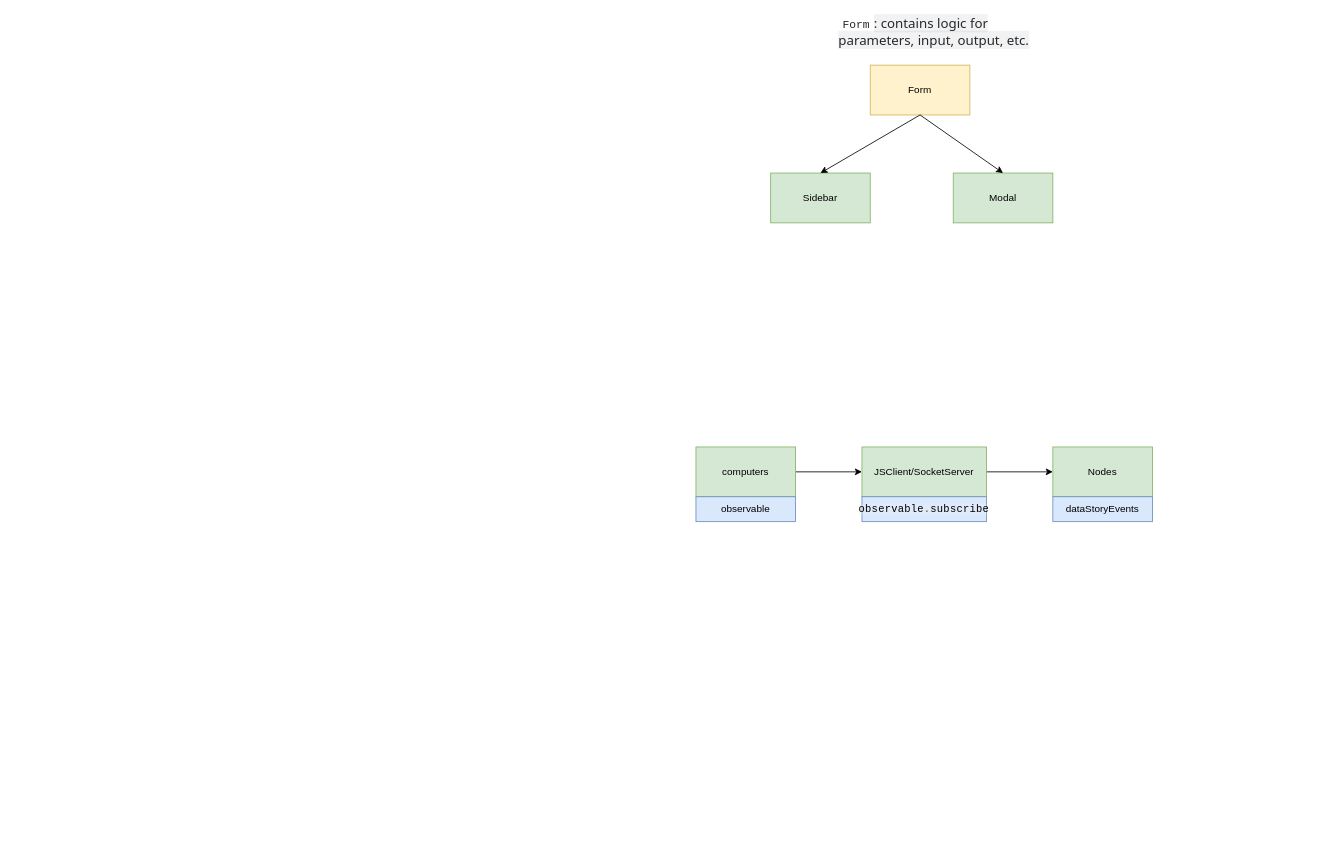
Before: page "Page-2" (2 of 2) of TableComponent.drawio in stone-lyl/assets, a draw.io diagram. Source tidied: cells renumbered, new cells numbered last; positions are measured from the earlier drawing's top-left corner, leaving out a move shared by most shapes. Both pictures are drawn from the tidied source at 83%, with x=0, y=0 at pixel (696, 15).
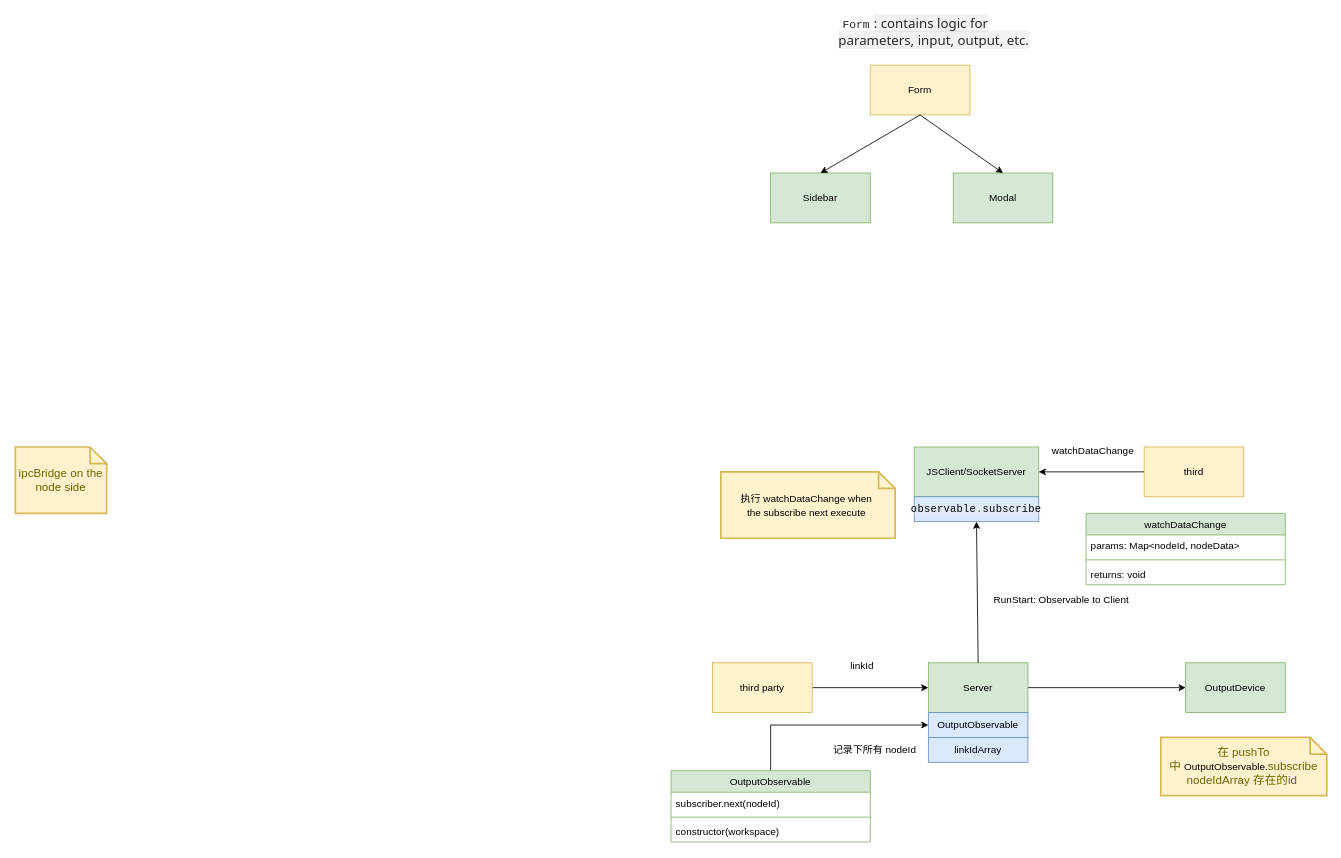
After the change.

Diff of the diagram source:
```diff
@@
-    <mxCell id="8" style="edgeStyle=orthogonalEdgeStyle;rounded=0;jettySize=auto;html=1;" parent="1" edge="1" source="9" target="11">
-      <mxGeometry relative="1" as="geometry" />
-    </mxCell>
-    <mxCell id="9" value="computers" style="rounded=0;whiteSpace=wrap;html=1;fillColor=#d5e8d4;strokeColor=#82b366;" parent="1" vertex="1">
-      <mxGeometry y="520" width="120" height="60" as="geometry" />
-    </mxCell>
-    <mxCell id="10" style="edgeStyle=orthogonalEdgeStyle;rounded=0;jettySize=auto;html=1;" parent="1" edge="1" source="11" target="14">
-      <mxGeometry relative="1" as="geometry" />
-    </mxCell>
     <mxCell id="11" value="JSClient/SocketServer" style="rounded=0;whiteSpace=wrap;html=1;fillColor=#d5e8d4;strokeColor=#82b366;" parent="1" vertex="1">
-      <mxGeometry x="200" y="520" width="150" height="60" as="geometry" />
+      <mxGeometry x="263" y="520" width="150" height="60" as="geometry" />
     </mxCell>
-    <mxCell id="12" value="&lt;span style=&quot;text-wrap: nowrap;&quot;&gt;observable&lt;/span&gt;" style="rounded=0;whiteSpace=wrap;html=1;fillColor=#dae8fc;strokeColor=#6c8ebf;" parent="1" vertex="1">
-      <mxGeometry y="580" width="120" height="30" as="geometry" />
-    </mxCell>
     <mxCell id="13" value="&lt;span style=&quot;line-height: 24px; font-family: &amp;quot;Droid Sans Mono&amp;quot;, monospace; font-size: 12.6px; letter-spacing: 0.3px; text-align: left; white-space-collapse: preserve; background-color: rgba(241, 241, 241, 0.2);&quot; class=&quot;pln&quot;&gt;observable&lt;/span&gt;&lt;span style=&quot;line-height: 24px; color: rgb(102, 102, 0); font-family: &amp;quot;Droid Sans Mono&amp;quot;, monospace; font-size: 12.6px; letter-spacing: 0.3px; text-align: left; white-space-collapse: preserve; background-color: rgba(241, 241, 241, 0.2);&quot; class=&quot;pun&quot;&gt;.&lt;/span&gt;&lt;span style=&quot;line-height: 24px; font-family: &amp;quot;Droid Sans Mono&amp;quot;, monospace; font-size: 12.6px; letter-spacing: 0.3px; text-align: left; white-space-collapse: preserve; background-color: rgba(241, 241, 241, 0.2);&quot; class=&quot;pln&quot;&gt;subscribe&lt;/span&gt;" style="rounded=0;whiteSpace=wrap;html=1;fillColor=#dae8fc;strokeColor=#6c8ebf;" parent="1" vertex="1">
-      <mxGeometry x="200" y="580" width="150" height="30" as="geometry" />
+      <mxGeometry x="263" y="580" width="150" height="30" as="geometry" />
     </mxCell>
-    <mxCell id="14" value="Nodes" style="rounded=0;whiteSpace=wrap;html=1;fillColor=#d5e8d4;strokeColor=#82b366;" parent="1" vertex="1">
-      <mxGeometry x="430" y="520" width="120" height="60" as="geometry" />
-    </mxCell>
-    <mxCell id="15" value="dataStoryEvents" style="rounded=0;whiteSpace=wrap;html=1;fillColor=#dae8fc;strokeColor=#6c8ebf;" parent="1" vertex="1">
-      <mxGeometry x="430" y="580" width="120" height="30" as="geometry" />
-    </mxCell>
+    <mxCell id="16" style="edgeStyle=orthogonalEdgeStyle;rounded=0;jettySize=auto;html=1;" parent="1" edge="1" source="17" target="19">
+      <mxGeometry relative="1" as="geometry" />
+    </mxCell>
+    <mxCell id="17" value="third party" style="rounded=0;whiteSpace=wrap;html=1;fillColor=#fff2cc;strokeColor=#d6b656;" parent="1" vertex="1">
+      <mxGeometry x="20" y="780" width="120" height="60" as="geometry" />
+    </mxCell>
+    <mxCell id="18" style="edgeStyle=orthogonalEdgeStyle;rounded=0;jettySize=auto;html=1;" parent="1" edge="1" source="19" target="40">
+      <mxGeometry relative="1" as="geometry" />
+    </mxCell>
+    <mxCell id="19" value="Server" style="rounded=0;whiteSpace=wrap;html=1;fillColor=#d5e8d4;strokeColor=#82b366;" parent="1" vertex="1">
+      <mxGeometry x="280" y="780" width="120" height="60" as="geometry" />
+    </mxCell>
+    <mxCell id="20" value="linkId" style="text;html=1;align=center;verticalAlign=middle;strokeColor=none;fillColor=none;" parent="1" vertex="1">
+      <mxGeometry x="175" y="769" width="50" height="30" as="geometry" />
+    </mxCell>
+    <mxCell id="21" value="OutputObservable" style="rounded=0;whiteSpace=wrap;html=1;fillColor=#dae8fc;strokeColor=#6c8ebf;" parent="1" vertex="1">
+      <mxGeometry x="280" y="840" width="120" height="30" as="geometry" />
+    </mxCell>
+    <mxCell id="22" style="edgeStyle=orthogonalEdgeStyle;rounded=0;jettySize=auto;html=1;entryX=0;entryY=0.5;entryDx=0;entryDy=0;exitX=0.5;exitY=0;exitDx=0;exitDy=0;" parent="1" edge="1" source="23" target="21">
+      <mxGeometry relative="1" as="geometry" />
+    </mxCell>
+    <mxCell id="23" value="&lt;span style=&quot;font-weight: 400;&quot;&gt;OutputObservable&lt;/span&gt;" style="swimlane;fontStyle=1;align=center;verticalAlign=top;horizontal=1;startSize=26;whiteSpace=wrap;html=1;fillColor=#d5e8d4;strokeColor=#82b366;" parent="1" vertex="1">
+      <mxGeometry x="-30" y="910" width="240" height="86" as="geometry" />
+    </mxCell>
+    <mxCell id="24" value="subscriber.next(nodeId)" style="text;strokeColor=none;fillColor=none;align=left;verticalAlign=top;spacingLeft=4;spacingRight=4;overflow=hidden;whiteSpace=wrap;html=1;" parent="23" vertex="1">
+      <mxGeometry y="26" width="240" height="26" as="geometry" />
+    </mxCell>
+    <mxCell id="25" style="line;strokeWidth=1;fillColor=none;align=left;verticalAlign=middle;spacingTop=-1;spacingLeft=3;spacingRight=3;labelPosition=right;strokeColor=inherit;" parent="23" vertex="1">
+      <mxGeometry y="52" width="240" height="8" as="geometry" />
+    </mxCell>
+    <mxCell id="26" value="constructor(workspace)" style="text;strokeColor=none;fillColor=none;align=left;verticalAlign=top;spacingLeft=4;spacingRight=4;overflow=hidden;whiteSpace=wrap;html=1;" parent="23" vertex="1">
+      <mxGeometry y="60" width="240" height="26" as="geometry" />
+    </mxCell>
+    <mxCell id="27" value="记录下所有 nodeId" style="text;html=1;align=center;verticalAlign=middle;strokeColor=none;fillColor=none;" parent="1" vertex="1">
+      <mxGeometry x="150" y="870" width="130" height="30" as="geometry" />
+    </mxCell>
+    <mxCell id="28" style="endArrow=classic;html=1;rounded=0;exitX=0.5;exitY=0;exitDx=0;exitDy=0;entryX=0.5;entryY=1;entryDx=0;entryDy=0;" parent="1" edge="1" source="19" target="13">
+      <mxGeometry relative="1" as="geometry" />
+    </mxCell>
+    <mxCell id="29" value="RunStart: Observable to Client" style="text;html=1;align=center;verticalAlign=middle;strokeColor=none;fillColor=none;" parent="1" vertex="1">
+      <mxGeometry x="340" y="690" width="200" height="30" as="geometry" />
+    </mxCell>
+    <mxCell id="30" value="third" style="rounded=0;whiteSpace=wrap;html=1;fillColor=#fff2cc;strokeColor=#d6b656;" parent="1" vertex="1">
+      <mxGeometry x="540" y="520" width="120" height="60" as="geometry" />
+    </mxCell>
+    <mxCell id="31" value="watchDataChange" style="text;html=1;align=center;verticalAlign=middle;strokeColor=none;fillColor=none;" parent="1" vertex="1">
+      <mxGeometry x="413" y="510" width="130" height="30" as="geometry" />
+    </mxCell>
+    <mxCell id="32" value="&lt;span style=&quot;font-weight: 400; text-wrap: nowrap;&quot;&gt;watchDataChange&lt;/span&gt;" style="swimlane;fontStyle=1;align=center;verticalAlign=top;horizontal=1;startSize=26;whiteSpace=wrap;html=1;fillColor=#d5e8d4;strokeColor=#82b366;" parent="1" vertex="1">
+      <mxGeometry x="470" y="600" width="240" height="86" as="geometry" />
+    </mxCell>
+    <mxCell id="33" value="params: Map&amp;lt;nodeId, nodeData&amp;gt;" style="text;strokeColor=none;fillColor=none;align=left;verticalAlign=top;spacingLeft=4;spacingRight=4;overflow=hidden;whiteSpace=wrap;html=1;" parent="32" vertex="1">
+      <mxGeometry y="26" width="240" height="26" as="geometry" />
+    </mxCell>
+    <mxCell id="34" style="line;strokeWidth=1;fillColor=none;align=left;verticalAlign=middle;spacingTop=-1;spacingLeft=3;spacingRight=3;labelPosition=right;strokeColor=inherit;" parent="32" vertex="1">
+      <mxGeometry y="52" width="240" height="8" as="geometry" />
+    </mxCell>
+    <mxCell id="35" value="returns: void" style="text;strokeColor=none;fillColor=none;align=left;verticalAlign=top;spacingLeft=4;spacingRight=4;overflow=hidden;whiteSpace=wrap;html=1;" parent="32" vertex="1">
+      <mxGeometry y="60" width="240" height="26" as="geometry" />
+    </mxCell>
+    <mxCell id="36" style="endArrow=classic;html=1;rounded=0;exitX=0;exitY=0.5;exitDx=0;exitDy=0;entryX=1;entryY=0.5;entryDx=0;entryDy=0;" parent="1" edge="1" source="30" target="11">
+      <mxGeometry relative="1" as="geometry" />
+    </mxCell>
+    <mxCell id="37" value="ipcBridge on the node side" style="shape=note;strokeWidth=2;fontSize=14;size=20;whiteSpace=wrap;html=1;fillColor=#fff2cc;strokeColor=#d6b656;fontColor=#666600;" parent="1" vertex="1">
+      <mxGeometry x="-820" y="520" width="110" height="80" as="geometry" />
+    </mxCell>
+    <mxCell id="38" value="&lt;span style=&quot;color: rgb(0, 0, 0); font-size: 12px; text-wrap: nowrap;&quot;&gt;执行 watchDataChange&amp;nbsp;&lt;/span&gt;&lt;span style=&quot;background-color: initial; color: rgb(0, 0, 0); font-size: 12px; text-wrap: nowrap;&quot;&gt;when&amp;nbsp;&lt;/span&gt;&lt;div&gt;&lt;span style=&quot;background-color: initial; color: rgb(0, 0, 0); font-size: 12px; text-wrap: nowrap;&quot;&gt;the subscribe next execute&amp;nbsp;&lt;/span&gt;&lt;/div&gt;" style="shape=note;strokeWidth=2;fontSize=14;size=20;whiteSpace=wrap;html=1;fillColor=#fff2cc;strokeColor=#d6b656;fontColor=#666600;" parent="1" vertex="1">
+      <mxGeometry x="30" y="550" width="210" height="80" as="geometry" />
+    </mxCell>
+    <mxCell id="39" value="linkIdArray" style="rounded=0;whiteSpace=wrap;html=1;fillColor=#dae8fc;strokeColor=#6c8ebf;" parent="1" vertex="1">
+      <mxGeometry x="280" y="870" width="120" height="30" as="geometry" />
+    </mxCell>
+    <mxCell id="40" value="OutputDevice" style="rounded=0;whiteSpace=wrap;html=1;fillColor=#d5e8d4;strokeColor=#82b366;" parent="1" vertex="1">
+      <mxGeometry x="590" y="780" width="120" height="60" as="geometry" />
+    </mxCell>
+    <mxCell id="41" value="在 pushTo 中&amp;nbsp;&lt;span style=&quot;color: rgb(0, 0, 0); font-size: 12px;&quot;&gt;OutputObservable.&lt;/span&gt;subscribe nodeIdArray 存在的id&lt;span style=&quot;background-color: initial;&quot;&gt;&amp;nbsp;&lt;/span&gt;" style="shape=note;strokeWidth=2;fontSize=14;size=20;whiteSpace=wrap;html=1;fillColor=#fff2cc;strokeColor=#d6b656;fontColor=#666600;" parent="1" vertex="1">
+      <mxGeometry x="560" y="870" width="200" height="70" as="geometry" />
+    </mxCell>
```
